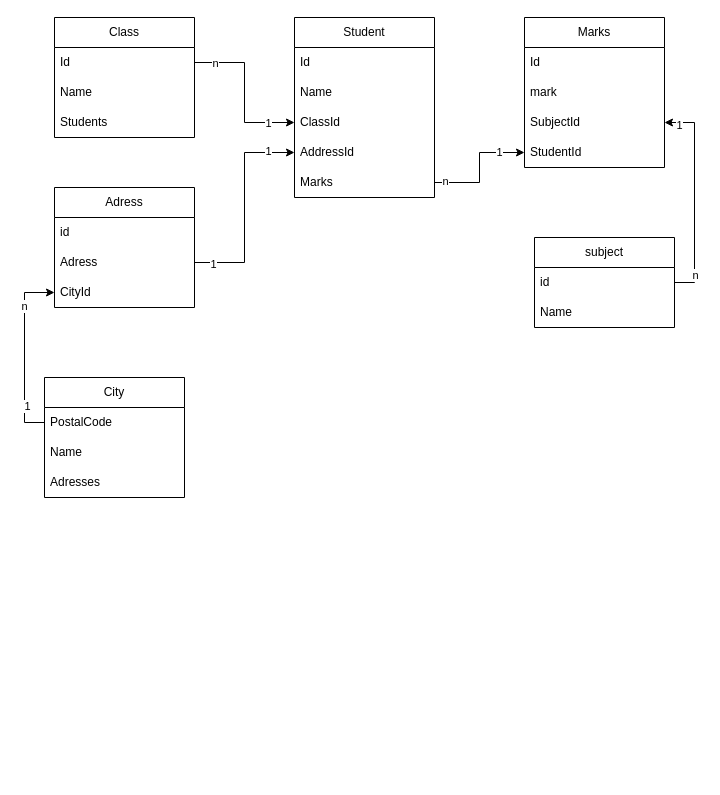
This is ikt/Zsiga Norbert/Ikt1.drawio from Zsiga7777/C--12, a draw.io file, before an edit. Source tidied: cells renumbered, new cells numbered last; positions are measured from the earlier drawing's top-left corner, leaving out a move shared by most shapes. Both pictures are drawn from the tidied source at 100%, with x=0, y=0 at pixel (44, 17).
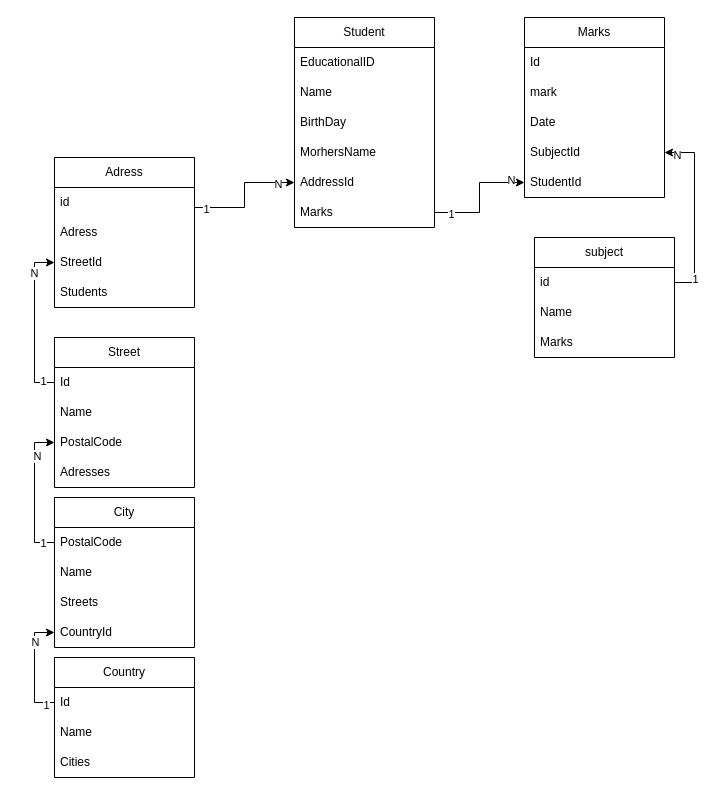
Above is the later version.

Unchanged cells that the change refers to:
```xml
<mxCell id="17" value="Adress" style="text;strokeColor=none;fillColor=none;align=left;verticalAlign=middle;spacingLeft=4;spacingRight=4;overflow=hidden;points=[[0,0.5],[1,0.5]];portConstraint=eastwest;whiteSpace=wrap;html=1;" parent="15" vertex="1">
  <mxGeometry y="60" width="140" height="30" as="geometry" />
</mxCell>
<mxCell id="23" value="PostalCode" style="text;strokeColor=none;fillColor=none;align=left;verticalAlign=middle;spacingLeft=4;spacingRight=4;overflow=hidden;points=[[0,0.5],[1,0.5]];portConstraint=eastwest;whiteSpace=wrap;html=1;" parent="22" vertex="1">
  <mxGeometry y="30" width="140" height="30" as="geometry" />
</mxCell>
<mxCell id="37" style="edgeStyle=orthogonalEdgeStyle;rounded=0;jettySize=auto;html=1;exitX=1;exitY=0.5;exitDx=0;exitDy=0;entryX=0;entryY=0.5;entryDx=0;entryDy=0;" parent="1" edge="1" source="7" target="36">
  <mxGeometry relative="1" as="geometry" />
</mxCell>
<mxCell id="40" style="edgeStyle=orthogonalEdgeStyle;rounded=0;jettySize=auto;html=1;exitX=1;exitY=0.5;exitDx=0;exitDy=0;entryX=1;entryY=0.5;entryDx=0;entryDy=0;" parent="1" edge="1" source="30" target="35">
  <mxGeometry relative="1" as="geometry" />
</mxCell>
```

Change to the diagram source:
```diff
@@
     <mxCell id="2" value="Student" style="swimlane;fontStyle=0;horizontal=1;startSize=30;whiteSpace=wrap;html=1;" parent="1" vertex="1">
-      <mxGeometry x="250" width="140" height="180" as="geometry" />
+      <mxGeometry x="250" width="140" height="210" as="geometry" />
     </mxCell>
-    <mxCell id="3" value="Id" style="text;strokeColor=none;fillColor=none;align=left;verticalAlign=middle;spacingLeft=4;spacingRight=4;overflow=hidden;whiteSpace=wrap;html=1;" parent="2" vertex="1">
+    <mxCell id="3" value="EducationalID" style="text;strokeColor=none;fillColor=none;align=left;verticalAlign=middle;spacingLeft=4;spacingRight=4;overflow=hidden;whiteSpace=wrap;html=1;" parent="2" vertex="1">
       <mxGeometry y="30" width="140" height="30" as="geometry" />
     </mxCell>
@@
-    <mxCell id="5" value="ClassId" style="text;strokeColor=none;fillColor=none;align=left;verticalAlign=middle;spacingLeft=4;spacingRight=4;overflow=hidden;points=[[0,0.5],[1,0.5]];portConstraint=eastwest;whiteSpace=wrap;html=1;" parent="2" vertex="1">
+    <mxCell id="5" value="BirthDay" style="text;strokeColor=none;fillColor=none;align=left;verticalAlign=middle;spacingLeft=4;spacingRight=4;overflow=hidden;points=[[0,0.5],[1,0.5]];portConstraint=eastwest;whiteSpace=wrap;html=1;" parent="2" vertex="1">
       <mxGeometry y="90" width="140" height="30" as="geometry" />
     </mxCell>
+    <mxCell id="43" value="MorhersName" style="text;strokeColor=none;fillColor=none;align=left;verticalAlign=middle;spacingLeft=4;spacingRight=4;overflow=hidden;whiteSpace=wrap;html=1;" parent="2" vertex="1">
+      <mxGeometry y="120" width="140" height="30" as="geometry" />
+    </mxCell>
     <mxCell id="6" value="AddressId" style="text;strokeColor=none;fillColor=none;align=left;verticalAlign=middle;spacingLeft=4;spacingRight=4;overflow=hidden;points=[[0,0.5],[1,0.5]];portConstraint=eastwest;whiteSpace=wrap;html=1;" parent="2" vertex="1">
-      <mxGeometry y="120" width="140" height="30" as="geometry" />
+      <mxGeometry y="150" width="140" height="30" as="geometry" />
     </mxCell>
     <mxCell id="7" value="Marks" style="text;strokeColor=none;fillColor=none;align=left;verticalAlign=middle;spacingLeft=4;spacingRight=4;overflow=hidden;points=[[0,0.5],[1,0.5]];portConstraint=eastwest;whiteSpace=wrap;html=1;" parent="2" vertex="1">
-      <mxGeometry y="150" width="140" height="30" as="geometry" />
+      <mxGeometry y="180" width="140" height="30" as="geometry" />
     </mxCell>
-    <mxCell id="8" value="Class" style="swimlane;fontStyle=0;horizontal=1;startSize=30;whiteSpace=wrap;html=1;" parent="1" vertex="1">
-      <mxGeometry x="10" width="140" height="120" as="geometry" />
-    </mxCell>
-    <mxCell id="9" value="Id" style="text;strokeColor=none;fillColor=none;align=left;verticalAlign=middle;spacingLeft=4;spacingRight=4;overflow=hidden;points=[[0,0.5],[1,0.5]];portConstraint=eastwest;whiteSpace=wrap;html=1;" parent="8" vertex="1">
-      <mxGeometry y="30" width="140" height="30" as="geometry" />
-    </mxCell>
-    <mxCell id="10" value="Name" style="text;strokeColor=none;fillColor=none;align=left;verticalAlign=middle;spacingLeft=4;spacingRight=4;overflow=hidden;whiteSpace=wrap;html=1;" parent="8" vertex="1">
-      <mxGeometry y="60" width="140" height="30" as="geometry" />
-    </mxCell>
-    <mxCell id="11" value="Students" style="text;strokeColor=none;fillColor=none;align=left;verticalAlign=middle;spacingLeft=4;spacingRight=4;overflow=hidden;whiteSpace=wrap;html=1;" parent="8" vertex="1">
-      <mxGeometry y="90" width="140" height="30" as="geometry" />
-    </mxCell>
-    <mxCell id="12" style="edgeStyle=orthogonalEdgeStyle;rounded=0;jettySize=auto;html=1;exitX=1;exitY=0.5;exitDx=0;exitDy=0;entryX=0;entryY=0.5;entryDx=0;entryDy=0;" parent="1" edge="1" source="9" target="5">
-      <mxGeometry relative="1" as="geometry" />
-    </mxCell>
-    <mxCell id="13" value="n" style="edgeLabel;html=1;align=center;verticalAlign=middle;" parent="12" vertex="1">
-      <mxGeometry x="-0.75" relative="1" as="geometry" />
-    </mxCell>
-    <mxCell id="14" value="1" style="edgeLabel;html=1;align=center;verticalAlign=middle;" parent="12" vertex="1">
-      <mxGeometry x="0.66" relative="1" as="geometry" />
-    </mxCell>
     <mxCell id="15" value="Adress" style="swimlane;fontStyle=0;horizontal=1;startSize=30;whiteSpace=wrap;html=1;" parent="1" vertex="1">
-      <mxGeometry x="10" y="170" width="140" height="120" as="geometry" />
+      <mxGeometry x="10" y="140" width="140" height="150" as="geometry" />
     </mxCell>
@@
-    <mxCell id="18" value="CityId" style="text;strokeColor=none;fillColor=none;align=left;verticalAlign=middle;spacingLeft=4;spacingRight=4;overflow=hidden;points=[[0,0.5],[1,0.5]];portConstraint=eastwest;whiteSpace=wrap;html=1;" parent="15" vertex="1">
+    <mxCell id="18" value="StreetId" style="text;strokeColor=none;fillColor=none;align=left;verticalAlign=middle;spacingLeft=4;spacingRight=4;overflow=hidden;points=[[0,0.5],[1,0.5]];portConstraint=eastwest;whiteSpace=wrap;html=1;" parent="15" vertex="1">
       <mxGeometry y="90" width="140" height="30" as="geometry" />
     </mxCell>
+    <mxCell id="11" value="Students" style="text;strokeColor=none;fillColor=none;align=left;verticalAlign=middle;spacingLeft=4;spacingRight=4;overflow=hidden;whiteSpace=wrap;html=1;" parent="15" vertex="1">
+      <mxGeometry y="120" width="140" height="30" as="geometry" />
+    </mxCell>
-    <mxCell id="19" style="edgeStyle=orthogonalEdgeStyle;rounded=0;jettySize=auto;html=1;exitX=1;exitY=0.5;exitDx=0;exitDy=0;entryX=0;entryY=0.5;entryDx=0;entryDy=0;" parent="1" edge="1" source="17" target="6">
-      <mxGeometry relative="1" as="geometry" />
+    <mxCell id="19" style="edgeStyle=orthogonalEdgeStyle;rounded=0;jettySize=auto;html=1;entryX=0;entryY=0.5;entryDx=0;entryDy=0;" parent="1" edge="1" target="6">
+      <mxGeometry relative="1" as="geometry">
+        <mxPoint x="150" y="190" as="sourcePoint" />
+        <Array as="points">
+          <mxPoint x="150" y="190" />
+          <mxPoint x="200" y="190" />
+          <mxPoint x="200" y="165" />
+        </Array>
+      </mxGeometry>
     </mxCell>
@@
-    <mxCell id="21" value="1" style="edgeLabel;html=1;align=center;verticalAlign=middle;" parent="19" vertex="1">
-      <mxGeometry x="0.74" y="2" relative="1" as="geometry" />
-    </mxCell>
+    <mxCell id="44" value="N" style="edgeLabel;html=1;align=center;verticalAlign=middle;" parent="19" vertex="1">
+      <mxGeometry x="0.72" y="-1" relative="1" as="geometry" />
+    </mxCell>
     <mxCell id="22" value="City" style="swimlane;fontStyle=0;horizontal=1;startSize=30;whiteSpace=wrap;html=1;" parent="1" vertex="1">
-      <mxGeometry y="360" width="140" height="120" as="geometry" />
+      <mxGeometry x="10" y="480" width="140" height="150" as="geometry" />
     </mxCell>
@@
-    <mxCell id="25" value="Adresses" style="text;strokeColor=none;fillColor=none;align=left;verticalAlign=middle;spacingLeft=4;spacingRight=4;overflow=hidden;whiteSpace=wrap;html=1;" parent="22" vertex="1">
+    <mxCell id="25" value="Streets" style="text;strokeColor=none;fillColor=none;align=left;verticalAlign=middle;spacingLeft=4;spacingRight=4;overflow=hidden;whiteSpace=wrap;html=1;" parent="22" vertex="1">
       <mxGeometry y="90" width="140" height="30" as="geometry" />
     </mxCell>
-    <mxCell id="26" style="edgeStyle=orthogonalEdgeStyle;rounded=0;jettySize=auto;html=1;exitX=0;exitY=0.5;exitDx=0;exitDy=0;entryX=0;entryY=0.5;entryDx=0;entryDy=0;" parent="1" edge="1" source="23" target="18">
-      <mxGeometry relative="1" as="geometry" />
-    </mxCell>
-    <mxCell id="27" value="1" style="edgeLabel;html=1;align=center;verticalAlign=middle;" parent="26" vertex="1">
-      <mxGeometry x="-0.59" y="-2" relative="1" as="geometry" />
-    </mxCell>
-    <mxCell id="28" value="n" style="edgeLabel;html=1;align=center;verticalAlign=middle;" parent="26" vertex="1">
-      <mxGeometry x="0.52" y="1" relative="1" as="geometry" />
-    </mxCell>
+    <mxCell id="45" value="CountryId" style="text;strokeColor=none;fillColor=none;align=left;verticalAlign=middle;spacingLeft=4;spacingRight=4;overflow=hidden;points=[[0,0.5],[1,0.5]];portConstraint=eastwest;whiteSpace=wrap;html=1;" parent="22" vertex="1">
+      <mxGeometry y="120" width="140" height="30" as="geometry" />
+    </mxCell>
     <mxCell id="29" value="subject" style="swimlane;fontStyle=0;horizontal=1;startSize=30;whiteSpace=wrap;html=1;" parent="1" vertex="1">
-      <mxGeometry x="490" y="220" width="140" height="90" as="geometry" />
+      <mxGeometry x="490" y="220" width="140" height="120" as="geometry" />
     </mxCell>
@@
+    <mxCell id="46" value="Marks" style="text;strokeColor=none;fillColor=none;align=left;verticalAlign=middle;spacingLeft=4;spacingRight=4;overflow=hidden;whiteSpace=wrap;html=1;" parent="29" vertex="1">
+      <mxGeometry y="90" width="140" height="30" as="geometry" />
+    </mxCell>
     <mxCell id="32" value="Marks" style="swimlane;fontStyle=0;horizontal=1;startSize=30;whiteSpace=wrap;html=1;" parent="1" vertex="1">
-      <mxGeometry x="480" width="140" height="150" as="geometry" />
+      <mxGeometry x="480" width="140" height="180" as="geometry" />
     </mxCell>
@@
+    <mxCell id="47" value="Date" style="text;strokeColor=none;fillColor=none;align=left;verticalAlign=middle;spacingLeft=4;spacingRight=4;overflow=hidden;whiteSpace=wrap;html=1;" parent="32" vertex="1">
+      <mxGeometry y="90" width="140" height="30" as="geometry" />
+    </mxCell>
     <mxCell id="35" value="SubjectId" style="text;strokeColor=none;fillColor=none;align=left;verticalAlign=middle;spacingLeft=4;spacingRight=4;overflow=hidden;points=[[0,0.5],[1,0.5]];portConstraint=eastwest;whiteSpace=wrap;html=1;" parent="32" vertex="1">
-      <mxGeometry y="90" width="140" height="30" as="geometry" />
+      <mxGeometry y="120" width="140" height="30" as="geometry" />
     </mxCell>
     <mxCell id="36" value="StudentId" style="text;strokeColor=none;fillColor=none;align=left;verticalAlign=middle;spacingLeft=4;spacingRight=4;overflow=hidden;points=[[0,0.5],[1,0.5]];portConstraint=eastwest;whiteSpace=wrap;html=1;" parent="32" vertex="1">
-      <mxGeometry y="120" width="140" height="30" as="geometry" />
+      <mxGeometry y="150" width="140" height="30" as="geometry" />
     </mxCell>
@@
-    <mxCell id="38" value="n" style="edgeLabel;html=1;align=center;verticalAlign=middle;" parent="37" vertex="1">
-      <mxGeometry x="-0.83" y="2" relative="1" as="geometry" />
-    </mxCell>
-    <mxCell id="39" value="1" style="edgeLabel;html=1;align=center;verticalAlign=middle;" parent="37" vertex="1">
-      <mxGeometry x="0.57" y="1" relative="1" as="geometry" />
-    </mxCell>
+    <mxCell id="48" value="N" style="edgeLabel;html=1;align=center;verticalAlign=middle;" parent="37" vertex="1">
+      <mxGeometry x="0.77" y="3" relative="1" as="geometry" />
+    </mxCell>
+    <mxCell id="49" value="1" style="edgeLabel;html=1;align=center;verticalAlign=middle;" parent="37" vertex="1">
+      <mxGeometry x="-0.73" y="-1" relative="1" as="geometry" />
+    </mxCell>
@@
-    <mxCell id="41" value="1" style="edgeLabel;html=1;align=center;verticalAlign=middle;" parent="40" vertex="1">
+    <mxCell id="41" value="N" style="edgeLabel;html=1;align=center;verticalAlign=middle;" parent="40" vertex="1">
       <mxGeometry x="0.87" y="2" relative="1" as="geometry" />
     </mxCell>
-    <mxCell id="42" value="n" style="edgeLabel;html=1;align=center;verticalAlign=middle;" parent="40" vertex="1">
+    <mxCell id="42" value="1" style="edgeLabel;html=1;align=center;verticalAlign=middle;" parent="40" vertex="1">
       <mxGeometry x="-0.73" relative="1" as="geometry" />
     </mxCell>
+    <mxCell id="50" value="Street" style="swimlane;fontStyle=0;horizontal=1;startSize=30;whiteSpace=wrap;html=1;" parent="1" vertex="1">
+      <mxGeometry x="10" y="320" width="140" height="150" as="geometry" />
+    </mxCell>
+    <mxCell id="51" value="Id" style="text;strokeColor=none;fillColor=none;align=left;verticalAlign=middle;spacingLeft=4;spacingRight=4;overflow=hidden;points=[[0,0.5],[1,0.5]];portConstraint=eastwest;whiteSpace=wrap;html=1;" parent="50" vertex="1">
+      <mxGeometry y="30" width="140" height="30" as="geometry" />
+    </mxCell>
+    <mxCell id="52" value="Name" style="text;strokeColor=none;fillColor=none;align=left;verticalAlign=middle;spacingLeft=4;spacingRight=4;overflow=hidden;whiteSpace=wrap;html=1;" parent="50" vertex="1">
+      <mxGeometry y="60" width="140" height="30" as="geometry" />
+    </mxCell>
+    <mxCell id="53" value="PostalCode" style="text;strokeColor=none;fillColor=none;align=left;verticalAlign=middle;spacingLeft=4;spacingRight=4;overflow=hidden;points=[[0,0.5],[1,0.5]];portConstraint=eastwest;whiteSpace=wrap;html=1;" parent="50" vertex="1">
+      <mxGeometry y="90" width="140" height="30" as="geometry" />
+    </mxCell>
+    <mxCell id="54" value="Adresses" style="text;strokeColor=none;fillColor=none;align=left;verticalAlign=middle;spacingLeft=4;spacingRight=4;overflow=hidden;whiteSpace=wrap;html=1;" parent="50" vertex="1">
+      <mxGeometry y="120" width="140" height="30" as="geometry" />
+    </mxCell>
+    <mxCell id="55" value="Country" style="swimlane;fontStyle=0;horizontal=1;startSize=30;whiteSpace=wrap;html=1;" parent="1" vertex="1">
+      <mxGeometry x="10" y="640" width="140" height="120" as="geometry" />
+    </mxCell>
+    <mxCell id="56" value="Id" style="text;strokeColor=none;fillColor=none;align=left;verticalAlign=middle;spacingLeft=4;spacingRight=4;overflow=hidden;points=[[0,0.5],[1,0.5]];portConstraint=eastwest;whiteSpace=wrap;html=1;" parent="55" vertex="1">
+      <mxGeometry y="30" width="140" height="30" as="geometry" />
+    </mxCell>
+    <mxCell id="57" value="Name" style="text;strokeColor=none;fillColor=none;align=left;verticalAlign=middle;spacingLeft=4;spacingRight=4;overflow=hidden;whiteSpace=wrap;html=1;" parent="55" vertex="1">
+      <mxGeometry y="60" width="140" height="30" as="geometry" />
+    </mxCell>
+    <mxCell id="58" value="Cities" style="text;strokeColor=none;fillColor=none;align=left;verticalAlign=middle;spacingLeft=4;spacingRight=4;overflow=hidden;whiteSpace=wrap;html=1;" parent="55" vertex="1">
+      <mxGeometry y="90" width="140" height="30" as="geometry" />
+    </mxCell>
+    <mxCell id="59" style="edgeStyle=orthogonalEdgeStyle;rounded=0;jettySize=auto;html=1;entryX=0;entryY=0.5;entryDx=0;entryDy=0;" parent="1" edge="1" source="51" target="18">
+      <mxGeometry relative="1" as="geometry" />
+    </mxCell>
+    <mxCell id="60" value="N" style="edgeLabel;html=1;align=center;verticalAlign=middle;" parent="59" vertex="1">
+      <mxGeometry x="0.63" y="1" relative="1" as="geometry" />
+    </mxCell>
+    <mxCell id="61" value="1" style="edgeLabel;html=1;align=center;verticalAlign=middle;" parent="59" vertex="1">
+      <mxGeometry x="-0.85" y="-2" relative="1" as="geometry" />
+    </mxCell>
+    <mxCell id="62" style="edgeStyle=orthogonalEdgeStyle;rounded=0;jettySize=auto;html=1;entryX=0;entryY=0.5;entryDx=0;entryDy=0;" parent="1" edge="1" source="23" target="53">
+      <mxGeometry relative="1" as="geometry" />
+    </mxCell>
+    <mxCell id="63" value="N" style="edgeLabel;html=1;align=center;verticalAlign=middle;" parent="62" vertex="1">
+      <mxGeometry x="0.53" y="-2" relative="1" as="geometry" />
+    </mxCell>
+    <mxCell id="64" value="1" style="edgeLabel;html=1;align=center;verticalAlign=middle;" parent="62" vertex="1">
+      <mxGeometry x="-0.83" relative="1" as="geometry" />
+    </mxCell>
+    <mxCell id="65" style="edgeStyle=orthogonalEdgeStyle;rounded=0;jettySize=auto;html=1;exitX=0;exitY=0.5;exitDx=0;exitDy=0;entryX=0;entryY=0.5;entryDx=0;entryDy=0;" parent="1" edge="1" source="56" target="45">
+      <mxGeometry relative="1" as="geometry" />
+    </mxCell>
+    <mxCell id="66" value="N" style="edgeLabel;html=1;align=center;verticalAlign=middle;" parent="65" vertex="1">
+      <mxGeometry x="0.47" relative="1" as="geometry" />
+    </mxCell>
+    <mxCell id="67" value="1" style="edgeLabel;html=1;align=center;verticalAlign=middle;" parent="65" vertex="1">
+      <mxGeometry x="-0.84" y="2" relative="1" as="geometry" />
+    </mxCell>
```
